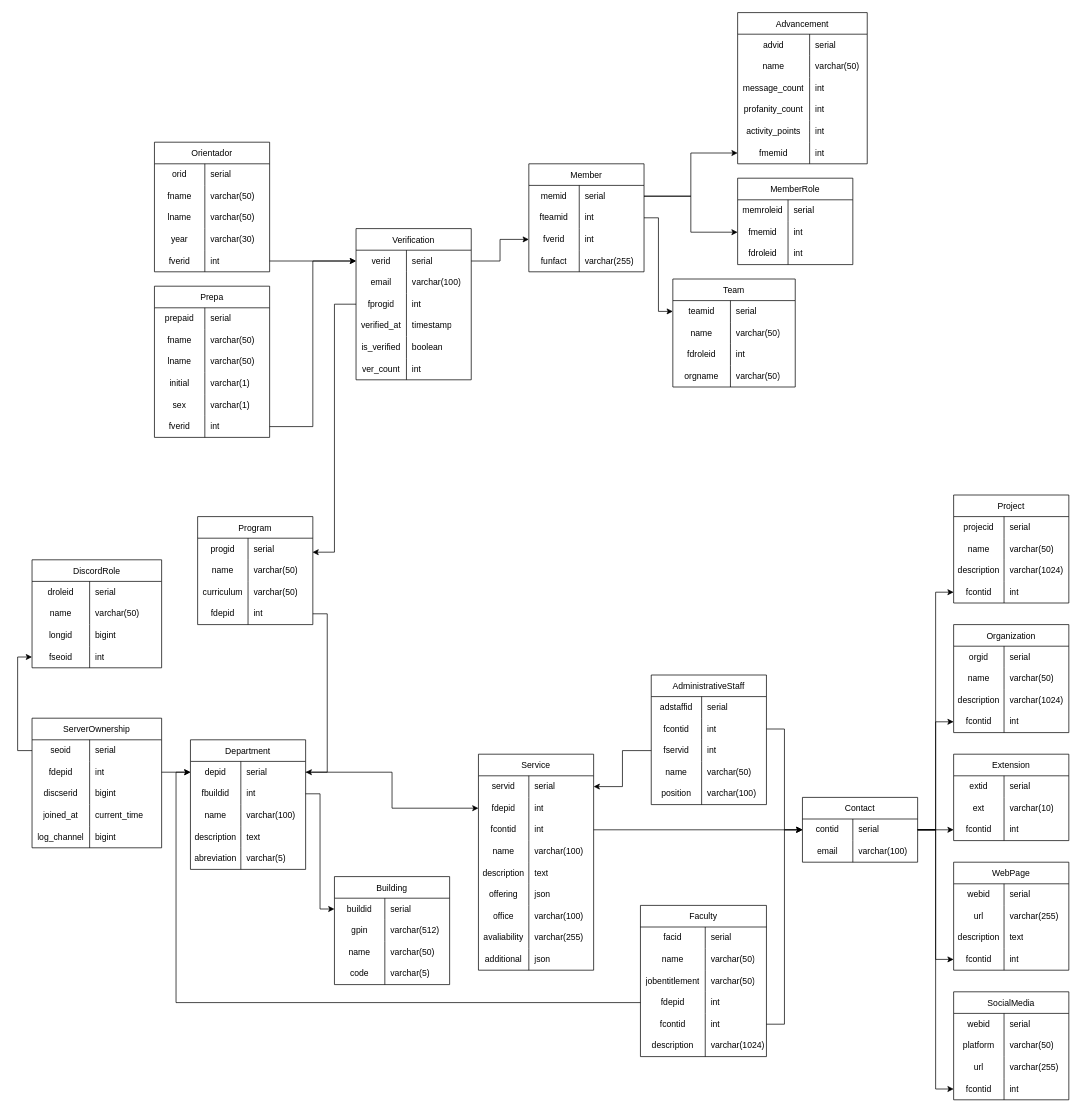
AlfredoSoto1/BotOrientador keeps this draw.io diagram as schema/Untitled Diagram.drawio. Above is the earlier version. Source tidied: cells renumbered, new cells numbered last; positions are measured from the earlier drawing's top-left corner, leaving out a move shared by most shapes. Both pictures are drawn from the tidied source at 72%, with x=0, y=0 at pixel (32, 12).
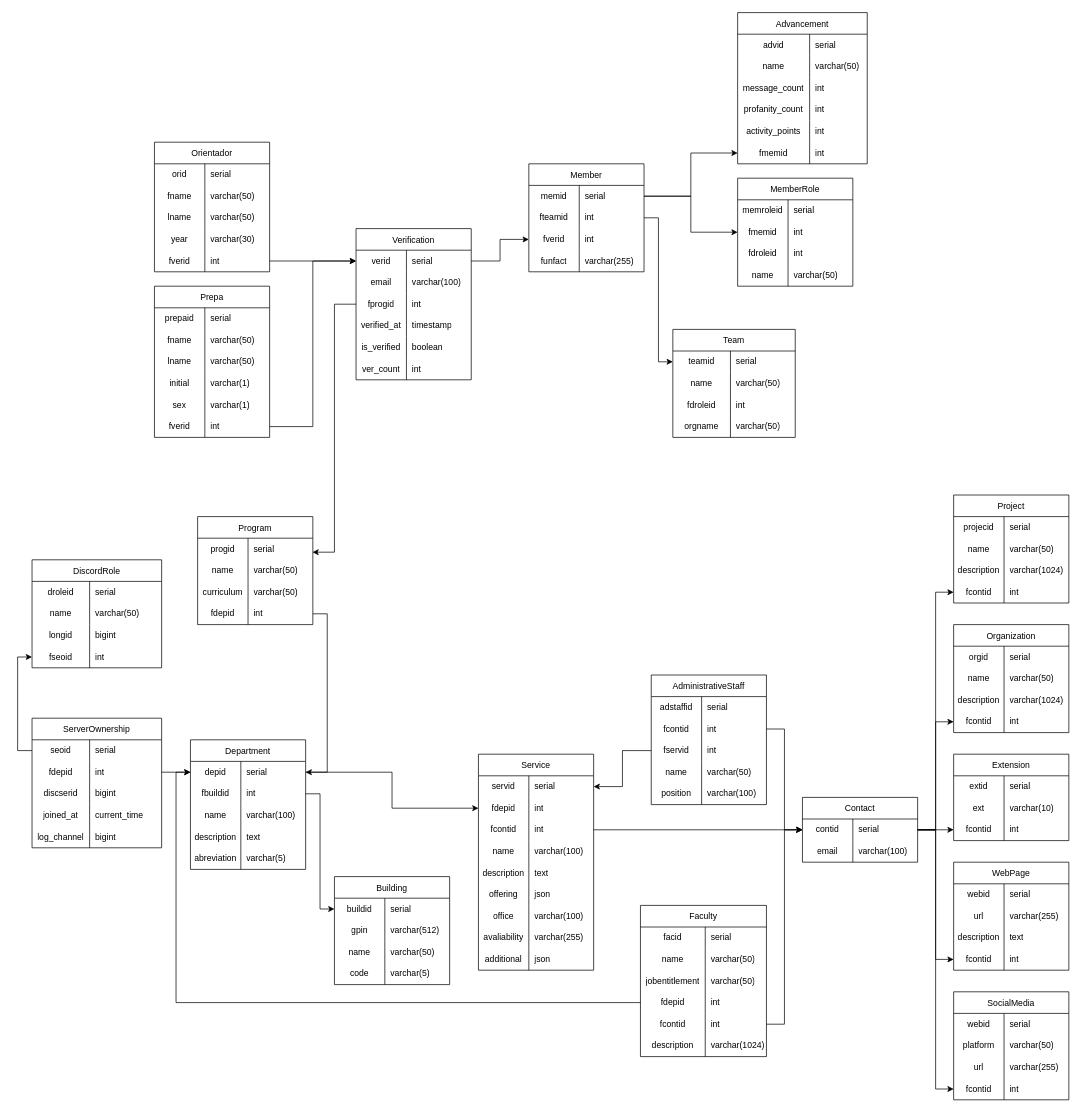
The same page after the edit.

Diff of the diagram source:
```diff
@@
     <mxCell id="69" value="Team" style="shape=table;startSize=30;childLayout=tableLayout;rowLines=0;fontStyle=0;strokeColor=default;fontSize=12;" parent="1" vertex="1">
-      <mxGeometry x="890" y="370" width="170" height="150" as="geometry" />
+      <mxGeometry x="890" y="440" width="170" height="150" as="geometry" />
     </mxCell>
@@
     <mxCell id="251" value="MemberRole" style="shape=table;startSize=30;childLayout=tableLayout;rowLines=0;fontStyle=0;strokeColor=default;fontSize=12;" parent="1" vertex="1">
-      <mxGeometry x="980" y="230" width="160" height="120" as="geometry" />
+      <mxGeometry x="980" y="230" width="160" height="150" as="geometry" />
     </mxCell>
@@
+    <mxCell id="337" style="shape=tableRow;horizontal=0;startSize=0;swimlaneHead=0;swimlaneBody=0;top=0;left=0;bottom=0;right=0;fillColor=none;strokeColor=inherit;fontSize=12;" parent="251" vertex="1">
+      <mxGeometry y="120" width="160" height="30" as="geometry" />
+    </mxCell>
+    <mxCell id="338" value="name" style="shape=partialRectangle;html=1;whiteSpace=wrap;fillColor=none;top=0;left=0;bottom=0;right=0;overflow=hidden;strokeColor=inherit;fontSize=12;" parent="337" vertex="1">
+      <mxGeometry width="70" height="30" as="geometry" />
+    </mxCell>
+    <mxCell id="339" value="varchar(50)" style="shape=partialRectangle;html=1;whiteSpace=wrap;fillColor=none;top=0;left=0;bottom=0;right=0;align=left;spacingLeft=6;overflow=hidden;strokeColor=inherit;fontSize=12;" parent="337" vertex="1">
+      <mxGeometry x="70" width="90" height="30" as="geometry" />
+    </mxCell>
```
